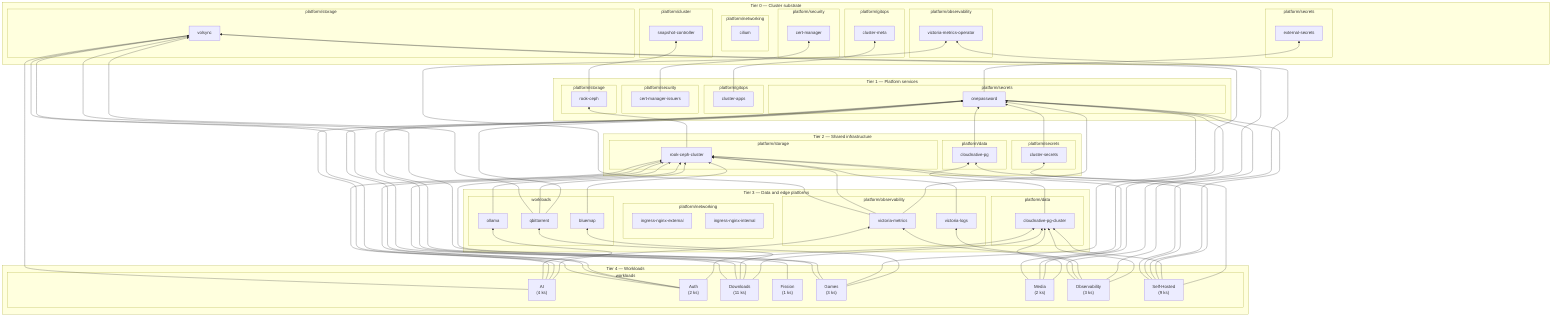
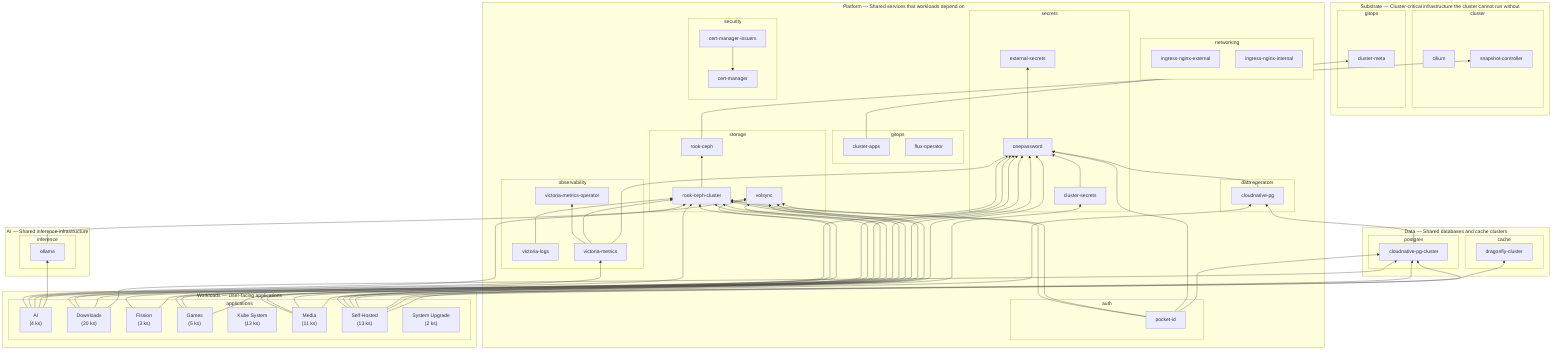
flowchart BT

-   subgraph tier_0["Tier 0 — Cluster substrate"]
-     subgraph t0_platform_cluster["platform/cluster"]
+   subgraph layer_substrate["Substrate — Cluster-critical infrastructure the cluster cannot run without"]
+     subgraph substrate_substrate_cluster["cluster"]
+       cilium["cilium"]
      snapshot_controller["snapshot-controller"]
    end
-     subgraph t0_platform_gitops["platform/gitops"]
+     subgraph substrate_substrate_gitops["gitops"]
      cluster_meta["cluster-meta"]
    end
-     subgraph t0_platform_networking["platform/networking"]
-       cilium["cilium"]
+   end
+ 
+   subgraph layer_platform["Platform — Shared services that workloads depend on"]
+     subgraph platform_platform_auth["auth"]
+       pocket_id["pocket-id"]
    end
-     subgraph t0_platform_observability["platform/observability"]
+     subgraph platform_platform_data_operators["data operators"]
+       cloudnative_pg["cloudnative-pg"]
+     end
+     subgraph platform_platform_gitops["gitops"]
+       cluster_apps["cluster-apps"]
+       flux_operator["flux-operator"]
+     end
+     subgraph platform_platform_networking["networking"]
+       ingress_nginx_external["ingress-nginx-external"]
+       ingress_nginx_internal["ingress-nginx-internal"]
+     end
+     subgraph platform_platform_observability["observability"]
+       victoria_logs["victoria-logs"]
+       victoria_metrics["victoria-metrics"]
      victoria_metrics_operator["victoria-metrics-operator"]
    end
-     subgraph t0_platform_secrets["platform/secrets"]
+     subgraph platform_platform_secrets["secrets"]
+       cluster_secrets["cluster-secrets"]
      external_secrets["external-secrets"]
+       onepassword["onepassword"]
    end
-     subgraph t0_platform_security["platform/security"]
+     subgraph platform_platform_security["security"]
      cert_manager["cert-manager"]
+       cert_manager_issuers["cert-manager-issuers"]
    end
-     subgraph t0_platform_storage["platform/storage"]
+     subgraph platform_platform_storage["storage"]
+       rook_ceph["rook-ceph"]
+       rook_ceph_cluster["rook-ceph-cluster"]
      volsync["volsync"]
    end
  end

-   subgraph tier_1["Tier 1 — Platform services"]
-     subgraph t1_platform_gitops["platform/gitops"]
-       cluster_apps["cluster-apps"]
+   subgraph layer_data["Data — Shared databases and cache clusters"]
+     subgraph data_data_cache["cache"]
+       dragonfly_cluster["dragonfly-cluster"]
    end
-     subgraph t1_platform_secrets["platform/secrets"]
-       onepassword["onepassword"]
-     end
-     subgraph t1_platform_security["platform/security"]
-       cert_manager_issuers["cert-manager-issuers"]
-     end
-     subgraph t1_platform_storage["platform/storage"]
-       rook_ceph["rook-ceph"]
+     subgraph data_data_postgres["postgres"]
+       cloudnative_pg_cluster["cloudnative-pg-cluster"]
    end
  end

-   subgraph tier_2["Tier 2 — Shared infrastructure"]
-     subgraph t2_platform_data["platform/data"]
-       cloudnative_pg["cloudnative-pg"]
-     end
-     subgraph t2_platform_secrets["platform/secrets"]
-       cluster_secrets["cluster-secrets"]
-     end
-     subgraph t2_platform_storage["platform/storage"]
-       rook_ceph_cluster["rook-ceph-cluster"]
+   subgraph layer_ai["AI — Shared inference infrastructure"]
+     subgraph ai_ai_inference["inference"]
+       ollama["ollama"]
    end
  end

-   subgraph tier_3["Tier 3 — Data and edge platforms"]
-     subgraph t3_platform_data["platform/data"]
-       cloudnative_pg_cluster["cloudnative-pg-cluster"]
-     end
-     subgraph t3_platform_networking["platform/networking"]
-       ingress_nginx_external["ingress-nginx-external"]
-       ingress_nginx_internal["ingress-nginx-internal"]
-     end
-     subgraph t3_platform_observability["platform/observability"]
-       victoria_logs["victoria-logs"]
-       victoria_metrics["victoria-metrics"]
-     end
-     subgraph t3_workloads["workloads"]
-       bluemap["bluemap"]
-       ollama["ollama"]
-       qbittorrent["qbittorrent"]
+   subgraph layer_workloads["Workloads — User-facing applications"]
+     subgraph workloads_workloads["applications"]
+       workloads_ai["AI<br/>(4 ks)"]
+       workloads_downloads["Downloads<br/>(20 ks)"]
+       workloads_fission["Fission<br/>(3 ks)"]
+       workloads_games["Games<br/>(5 ks)"]
+       workloads_kube_system["Kube System<br/>(13 ks)"]
+       workloads_media["Media<br/>(11 ks)"]
+       workloads_self_hosted["Self-Hosted<br/>(13 ks)"]
+       workloads_system_upgrade["System Upgrade<br/>(2 ks)"]
    end
  end

-   subgraph tier_4["Tier 4 — Workloads"]
-     subgraph t4_workloads["workloads"]
-       workloads_ai["AI<br/>(4 ks)"]
-       workloads_auth["Auth<br/>(2 ks)"]
-       workloads_downloads["Downloads<br/>(11 ks)"]
-       workloads_fission["Fission<br/>(1 ks)"]
-       workloads_games["Games<br/>(3 ks)"]
-       workloads_media["Media<br/>(2 ks)"]
-       workloads_observability["Observability<br/>(3 ks)"]
-       workloads_self_hosted["Self-Hosted<br/>(9 ks)"]
-     end
-   end
- 
-   bluemap --> rook_ceph_cluster
  cert_manager_issuers --> cert_manager
  cloudnative_pg --> onepassword
  cloudnative_pg_cluster --> cloudnative_pg
  cluster_apps --> cluster_meta
  cluster_secrets --> onepassword
  ollama --> rook_ceph_cluster
  onepassword --> external_secrets
-   qbittorrent --> onepassword
-   qbittorrent --> rook_ceph_cluster
-   qbittorrent --> volsync
+   pocket_id --> cloudnative_pg_cluster
+   pocket_id --> onepassword
+   pocket_id --> rook_ceph_cluster
+   pocket_id --> volsync
  rook_ceph --> snapshot_controller
  rook_ceph_cluster --> rook_ceph
  victoria_logs --> rook_ceph_cluster
  victoria_metrics --> onepassword
  victoria_metrics --> rook_ceph_cluster
  victoria_metrics --> victoria_metrics_operator
  workloads_ai --> ollama
  workloads_ai --> onepassword
  workloads_ai --> rook_ceph_cluster
  workloads_ai --> victoria_metrics
  workloads_ai --> volsync
-   workloads_auth --> cloudnative_pg_cluster
-   workloads_auth --> onepassword
-   workloads_auth --> rook_ceph_cluster
-   workloads_auth --> volsync
  workloads_downloads --> cloudnative_pg_cluster
  workloads_downloads --> onepassword
-   workloads_downloads --> qbittorrent
  workloads_downloads --> rook_ceph_cluster
  workloads_downloads --> volsync
  workloads_fission --> onepassword
-   workloads_games --> bluemap
+   workloads_fission --> rook_ceph_cluster
  workloads_games --> onepassword
  workloads_games --> rook_ceph_cluster
  workloads_games --> volsync
  workloads_media --> cloudnative_pg_cluster
  workloads_media --> onepassword
  workloads_media --> rook_ceph_cluster
  workloads_media --> volsync
-   workloads_observability --> cloudnative_pg_cluster
-   workloads_observability --> onepassword
-   workloads_observability --> victoria_logs
-   workloads_observability --> victoria_metrics
-   workloads_observability --> victoria_metrics_operator
  workloads_self_hosted --> cloudnative_pg
  workloads_self_hosted --> cloudnative_pg_cluster
  workloads_self_hosted --> cluster_secrets
+   workloads_self_hosted --> dragonfly_cluster
  workloads_self_hosted --> onepassword
  workloads_self_hosted --> rook_ceph_cluster
  workloads_self_hosted --> volsync
